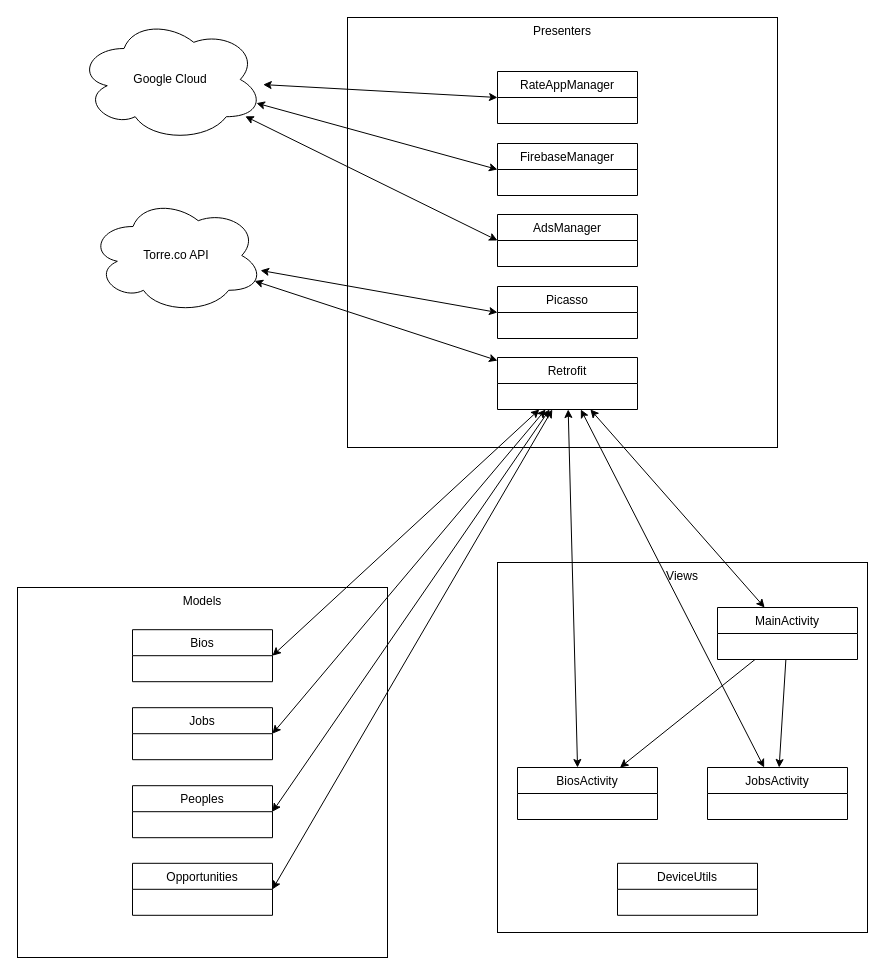
Earlier version of the draw.io diagram docs/Class Diagram.drawio (cyberfanta/TalentViewer). Source tidied: cells renumbered, new cells numbered last; positions are measured from the earlier drawing's top-left corner, leaving out a move shared by most shapes. Both pictures are drawn from the tidied source at 100%, with x=0, y=0 at pixel (17, 17).
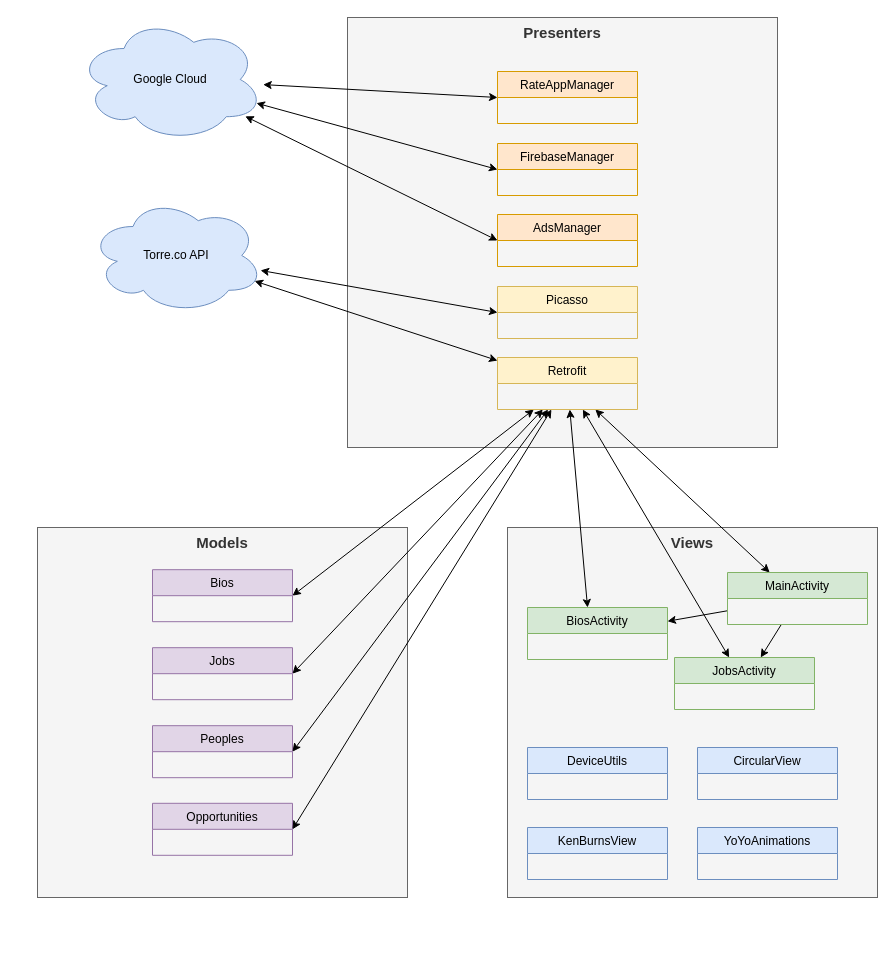
The same diagram, later.

What changed in the source:
```diff
@@
-    <mxCell id="2" value="Views" style="whiteSpace=wrap;html=1;verticalAlign=top;align=center;" parent="1" vertex="1">
-      <mxGeometry x="480" y="545" width="370" height="370" as="geometry" />
+    <mxCell id="2" value="Views" style="whiteSpace=wrap;html=1;verticalAlign=top;align=center;fillColor=#f5f5f5;strokeColor=#666666;fontColor=#333333;fontStyle=1;fontSize=15;" parent="1" vertex="1">
+      <mxGeometry x="490" y="510" width="370" height="370" as="geometry" />
     </mxCell>
-    <mxCell id="3" value="Presenters" style="whiteSpace=wrap;html=1;verticalAlign=top;align=center;" parent="1" vertex="1">
+    <mxCell id="3" value="Presenters" style="whiteSpace=wrap;html=1;verticalAlign=top;align=center;fillColor=#f5f5f5;strokeColor=#666666;fontColor=#333333;fontStyle=1;fontSize=15;" parent="1" vertex="1">
       <mxGeometry x="330" width="430" height="430" as="geometry" />
     </mxCell>
-    <mxCell id="4" value="Models" style="whiteSpace=wrap;html=1;verticalAlign=top;align=center;" parent="1" vertex="1">
-      <mxGeometry y="570" width="370" height="370" as="geometry" />
+    <mxCell id="4" value="Models" style="whiteSpace=wrap;html=1;verticalAlign=top;align=center;fillColor=#f5f5f5;strokeColor=#666666;fontColor=#333333;fontStyle=1;fontSize=15;" parent="1" vertex="1">
+      <mxGeometry x="20" y="510" width="370" height="370" as="geometry" />
     </mxCell>
-    <mxCell id="5" value="Bios" style="swimlane;fontStyle=0;horizontal=1;startSize=26;fillColor=none;align=center;verticalAlign=top;" parent="1" vertex="1">
-      <mxGeometry x="115" y="612.2" width="140" height="52" as="geometry" />
+    <mxCell id="5" value="Bios" style="swimlane;fontStyle=0;horizontal=1;startSize=26;align=center;verticalAlign=top;fillColor=#e1d5e7;strokeColor=#9673a6;" parent="1" vertex="1">
+      <mxGeometry x="135" y="552.2" width="140" height="52" as="geometry" />
     </mxCell>
-    <mxCell id="6" value="Jobs" style="swimlane;fontStyle=0;horizontal=1;startSize=26;fillColor=none;align=center;verticalAlign=top;" parent="1" vertex="1">
-      <mxGeometry x="115" y="690.2" width="140" height="52" as="geometry" />
+    <mxCell id="6" value="Jobs" style="swimlane;fontStyle=0;horizontal=1;startSize=26;align=center;verticalAlign=top;fillColor=#e1d5e7;strokeColor=#9673a6;" parent="1" vertex="1">
+      <mxGeometry x="135" y="630.2" width="140" height="52" as="geometry" />
     </mxCell>
-    <mxCell id="7" value="Peoples" style="swimlane;fontStyle=0;horizontal=1;startSize=26;fillColor=none;align=center;verticalAlign=top;" parent="1" vertex="1">
-      <mxGeometry x="115" y="768.2" width="140" height="52" as="geometry" />
+    <mxCell id="7" value="Peoples" style="swimlane;fontStyle=0;horizontal=1;startSize=26;align=center;verticalAlign=top;fillColor=#e1d5e7;strokeColor=#9673a6;" parent="1" vertex="1">
+      <mxGeometry x="135" y="708.2" width="140" height="52" as="geometry" />
     </mxCell>
-    <mxCell id="8" value="Opportunities" style="swimlane;fontStyle=0;horizontal=1;startSize=26;fillColor=none;align=center;verticalAlign=top;" parent="1" vertex="1">
-      <mxGeometry x="115" y="845.8" width="140" height="52" as="geometry" />
+    <mxCell id="8" value="Opportunities" style="swimlane;fontStyle=0;horizontal=1;startSize=26;align=center;verticalAlign=top;fillColor=#e1d5e7;strokeColor=#9673a6;" parent="1" vertex="1">
+      <mxGeometry x="135" y="785.8" width="140" height="52" as="geometry" />
     </mxCell>
-    <mxCell id="9" value="RateAppManager" style="swimlane;fontStyle=0;horizontal=1;startSize=26;fillColor=none;align=center;verticalAlign=top;" parent="1" vertex="1">
+    <mxCell id="9" value="RateAppManager" style="swimlane;fontStyle=0;horizontal=1;startSize=26;fillColor=#ffe6cc;align=center;verticalAlign=top;strokeColor=#d79b00;" parent="1" vertex="1">
       <mxGeometry x="480" y="54" width="140" height="52" as="geometry" />
     </mxCell>
-    <mxCell id="10" value="FirebaseManager" style="swimlane;fontStyle=0;horizontal=1;startSize=26;fillColor=none;align=center;verticalAlign=top;" parent="1" vertex="1">
+    <mxCell id="10" value="FirebaseManager" style="swimlane;fontStyle=0;horizontal=1;startSize=26;fillColor=#ffe6cc;align=center;verticalAlign=top;strokeColor=#d79b00;" parent="1" vertex="1">
       <mxGeometry x="480" y="126" width="140" height="52" as="geometry" />
     </mxCell>
-    <mxCell id="11" value="AdsManager" style="swimlane;fontStyle=0;horizontal=1;startSize=26;fillColor=none;align=center;verticalAlign=top;" parent="1" vertex="1">
+    <mxCell id="11" value="AdsManager" style="swimlane;fontStyle=0;horizontal=1;startSize=26;fillColor=#ffe6cc;align=center;verticalAlign=top;strokeColor=#d79b00;" parent="1" vertex="1">
       <mxGeometry x="480" y="197" width="140" height="52" as="geometry" />
     </mxCell>
@@
-    <mxCell id="19" value="Retrofit" style="swimlane;fontStyle=0;horizontal=1;startSize=26;fillColor=none;align=center;verticalAlign=top;" parent="1" vertex="1">
+    <mxCell id="19" value="Retrofit" style="swimlane;fontStyle=0;horizontal=1;startSize=26;fillColor=#fff2cc;align=center;verticalAlign=top;strokeColor=#d6b656;" parent="1" vertex="1">
       <mxGeometry x="480" y="340" width="140" height="52" as="geometry" />
     </mxCell>
@@
-    <mxCell id="23" value="Google Cloud" style="ellipse;shape=cloud;whiteSpace=wrap;html=1;align=center;verticalAlign=middle;" parent="1" vertex="1">
+    <mxCell id="23" value="Google Cloud" style="ellipse;shape=cloud;whiteSpace=wrap;html=1;align=center;verticalAlign=middle;fillColor=#dae8fc;strokeColor=#6c8ebf;" parent="1" vertex="1">
       <mxGeometry x="60" width="186" height="124" as="geometry" />
     </mxCell>
@@
-    <mxCell id="26" value="Torre.co API" style="ellipse;shape=cloud;whiteSpace=wrap;html=1;align=center;verticalAlign=middle;" parent="1" vertex="1">
+    <mxCell id="26" value="Torre.co API" style="ellipse;shape=cloud;whiteSpace=wrap;html=1;align=center;verticalAlign=middle;fillColor=#dae8fc;strokeColor=#6c8ebf;" parent="1" vertex="1">
       <mxGeometry x="72" y="180" width="174" height="116" as="geometry" />
     </mxCell>
-    <mxCell id="27" value="Picasso" style="swimlane;fontStyle=0;horizontal=1;startSize=26;fillColor=none;align=center;verticalAlign=middle;" parent="1" vertex="1">
+    <mxCell id="27" value="Picasso" style="swimlane;fontStyle=0;horizontal=1;startSize=26;fillColor=#fff2cc;align=center;verticalAlign=middle;strokeColor=#d6b656;" parent="1" vertex="1">
       <mxGeometry x="480" y="269" width="140" height="52" as="geometry" />
     </mxCell>
@@
-    <mxCell id="30" value="MainActivity" style="swimlane;fontStyle=0;horizontal=1;startSize=26;fillColor=none;align=center;verticalAlign=middle;" parent="1" vertex="1">
-      <mxGeometry x="700" y="590" width="140" height="52" as="geometry" />
+    <mxCell id="30" value="MainActivity" style="swimlane;fontStyle=0;horizontal=1;startSize=26;fillColor=#d5e8d4;align=center;verticalAlign=middle;strokeColor=#82b366;" parent="1" vertex="1">
+      <mxGeometry x="710" y="555" width="140" height="52" as="geometry" />
     </mxCell>
-    <mxCell id="31" value="JobsActivity" style="swimlane;fontStyle=0;horizontal=1;startSize=26;fillColor=none;align=center;verticalAlign=middle;" parent="1" vertex="1">
-      <mxGeometry x="690" y="750" width="140" height="52" as="geometry" />
+    <mxCell id="31" value="JobsActivity" style="swimlane;fontStyle=0;horizontal=1;startSize=26;fillColor=#d5e8d4;align=center;verticalAlign=middle;strokeColor=#82b366;" parent="1" vertex="1">
+      <mxGeometry x="657" y="640" width="140" height="52" as="geometry" />
     </mxCell>
-    <mxCell id="32" value="BiosActivity" style="swimlane;fontStyle=0;horizontal=1;startSize=26;fillColor=none;align=center;verticalAlign=middle;" parent="1" vertex="1">
-      <mxGeometry x="500" y="750" width="140" height="52" as="geometry" />
+    <mxCell id="32" value="BiosActivity" style="swimlane;fontStyle=0;horizontal=1;startSize=26;fillColor=#d5e8d4;align=center;verticalAlign=middle;strokeColor=#82b366;" parent="1" vertex="1">
+      <mxGeometry x="510" y="590" width="140" height="52" as="geometry" />
     </mxCell>
-    <mxCell id="33" value="DeviceUtils" style="swimlane;fontStyle=0;horizontal=1;startSize=26;fillColor=none;align=center;verticalAlign=middle;" parent="1" vertex="1">
-      <mxGeometry x="600" y="845.8" width="140" height="52" as="geometry" />
+    <mxCell id="33" value="DeviceUtils" style="swimlane;fontStyle=0;horizontal=1;startSize=26;fillColor=#dae8fc;align=center;verticalAlign=middle;strokeColor=#6c8ebf;" parent="1" vertex="1">
+      <mxGeometry x="510" y="730" width="140" height="52" as="geometry" />
     </mxCell>
+    <mxCell id="34" value="KenBurnsView" style="swimlane;fontStyle=0;horizontal=1;startSize=26;fillColor=#dae8fc;align=center;verticalAlign=middle;strokeColor=#6c8ebf;" parent="1" vertex="1">
+      <mxGeometry x="510" y="810" width="140" height="52" as="geometry" />
+    </mxCell>
+    <mxCell id="35" value="CircularView" style="swimlane;fontStyle=0;horizontal=1;startSize=26;fillColor=#dae8fc;align=center;verticalAlign=middle;strokeColor=#6c8ebf;" parent="1" vertex="1">
+      <mxGeometry x="680" y="730" width="140" height="52" as="geometry" />
+    </mxCell>
+    <mxCell id="36" value="YoYoAnimations" style="swimlane;fontStyle=0;horizontal=1;startSize=26;fillColor=#dae8fc;align=center;verticalAlign=middle;strokeColor=#6c8ebf;" parent="1" vertex="1">
+      <mxGeometry x="680" y="810" width="140" height="52" as="geometry" />
+    </mxCell>
```
